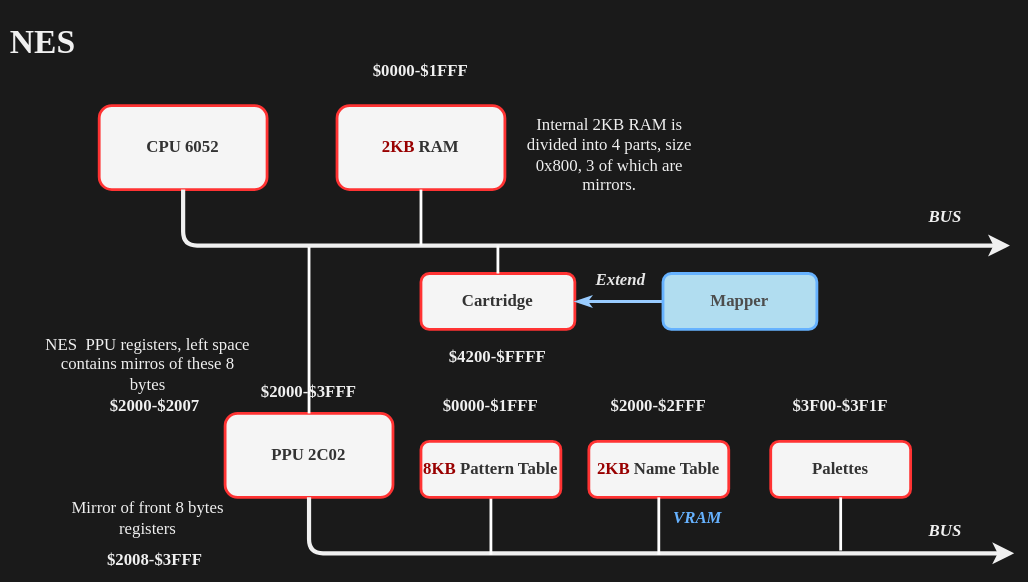
Before: assets/nes_structure.svg, a diagram exported from draw.io (HangX-Ma/tinynes). Source tidied: cells renumbered, new cells last; positions are measured from the earlier drawing's top-left corner, leaving out a move shared by most shapes.
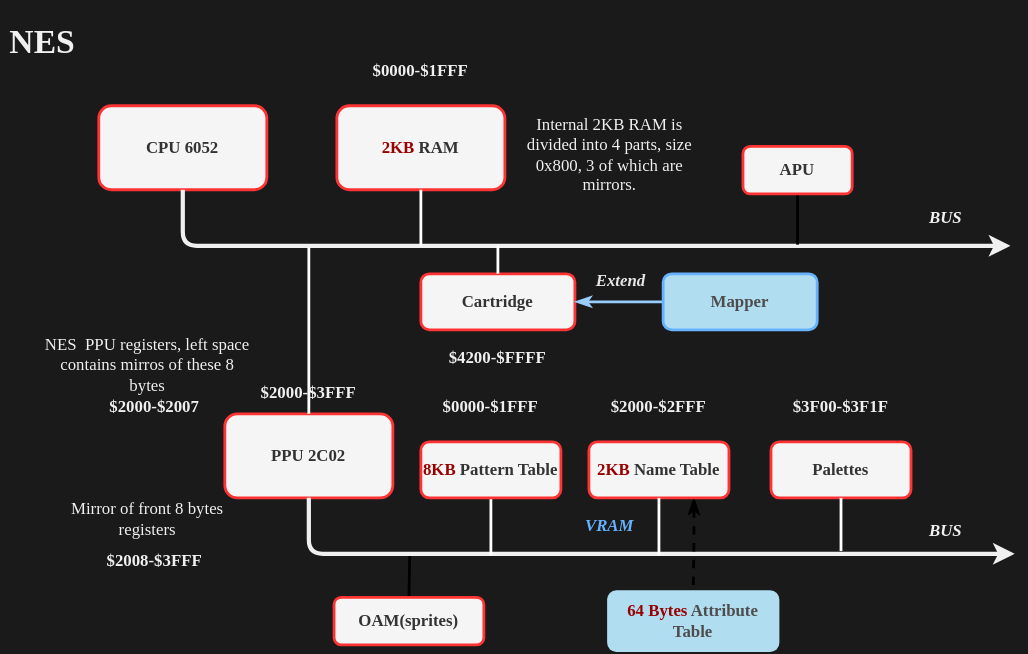
The same diagram one commit later.

Change to the diagram source:
```diff
@@ -69,6 +69,9 @@
     <mxCell id="18" value="&lt;font color=&quot;#990000&quot;&gt;8KB&lt;/font&gt; Pattern Table" style="whiteSpace=wrap;html=1;fontFamily=Verdana;fontStyle=1;labelBackgroundColor=none;rounded=1;glass=0;shadow=0;fillColor=#f5f5f5;strokeColor=#FF3333;fillStyle=solid;fontColor=#333333;labelBorderColor=none;strokeWidth=2;" parent="1" vertex="1">
       <mxGeometry x="300" y="300" width="100" height="40" as="geometry" />
     </mxCell>
+    <mxCell id="35" style="edgeStyle=orthogonalEdgeStyle;html=1;exitX=0.75;exitY=1;exitDx=0;exitDy=0;entryX=0.5;entryY=0;entryDx=0;entryDy=0;strokeWidth=2;fontColor=#990000;endArrow=none;endFill=0;startArrow=classicThin;startFill=1;dashed=1;" parent="1" edge="1" source="19" target="40">
+      <mxGeometry relative="1" as="geometry" />
+    </mxCell>
     <mxCell id="19" value="&lt;font color=&quot;#990000&quot;&gt;2KB&lt;/font&gt; Name Table" style="whiteSpace=wrap;html=1;fontFamily=Verdana;fontStyle=1;labelBackgroundColor=none;rounded=1;glass=0;shadow=0;fillColor=#f5f5f5;strokeColor=#FF3333;fillStyle=solid;fontColor=#333333;labelBorderColor=none;strokeWidth=2;" parent="1" vertex="1">
       <mxGeometry x="420" y="300" width="100" height="40" as="geometry" />
     </mxCell>
@@ -121,7 +124,26 @@
       <mxGeometry x="413" y="170" width="60" height="30" as="geometry" />
     </mxCell>
     <mxCell id="34" value="&lt;b&gt;&lt;i&gt;&lt;font style=&quot;&quot; face=&quot;Verdana&quot; color=&quot;#66b2ff&quot;&gt;VRAM&lt;/font&gt;&lt;/i&gt;&lt;/b&gt;" style="text;align=center;html=1;verticalAlign=middle;whiteSpace=wrap;rounded=0;labelBackgroundColor=none;" parent="1" vertex="1">
-      <mxGeometry x="468" y="340" width="60" height="30" as="geometry" />
+      <mxGeometry x="405" y="345" width="60" height="30" as="geometry" />
     </mxCell>
+    <mxCell id="36" style="edgeStyle=none;html=1;exitX=0.5;exitY=1;exitDx=0;exitDy=0;fontColor=#333333;endArrow=none;endFill=0;strokeWidth=2;" parent="1" edge="1" source="37">
+      <mxGeometry relative="1" as="geometry">
+        <mxPoint x="569" y="159.2" as="targetPoint" />
+      </mxGeometry>
+    </mxCell>
+    <mxCell id="37" value="APU" style="whiteSpace=wrap;html=1;fontFamily=Verdana;fontStyle=1;labelBackgroundColor=none;rounded=1;glass=0;shadow=0;fillColor=#f5f5f5;strokeColor=#FF3333;fillStyle=solid;fontColor=#333333;labelBorderColor=none;strokeWidth=2;" parent="1" vertex="1">
+      <mxGeometry x="530" y="89" width="78" height="34" as="geometry" />
+    </mxCell>
+    <mxCell id="38" style="edgeStyle=none;html=1;exitX=0.5;exitY=0;exitDx=0;exitDy=0;strokeWidth=2;fontColor=#333333;endArrow=none;endFill=0;" parent="1" edge="1" source="39">
+      <mxGeometry relative="1" as="geometry">
+        <mxPoint x="292" y="381.6" as="targetPoint" />
+      </mxGeometry>
+    </mxCell>
+    <mxCell id="39" value="OAM(sprites)" style="whiteSpace=wrap;html=1;fontFamily=Verdana;fontStyle=1;labelBackgroundColor=none;rounded=1;glass=0;shadow=0;fillColor=#f5f5f5;strokeColor=#FF3333;fillStyle=solid;fontColor=#333333;labelBorderColor=none;strokeWidth=2;" parent="1" vertex="1">
+      <mxGeometry x="238" y="411" width="107" height="34" as="geometry" />
+    </mxCell>
+    <mxCell id="40" value="&lt;font&gt;&lt;font color=&quot;#990000&quot;&gt;64 Bytes&lt;/font&gt; Attribute Table&lt;/font&gt;" style="whiteSpace=wrap;html=1;fontFamily=Verdana;fontStyle=1;labelBackgroundColor=none;rounded=1;glass=0;shadow=0;fillColor=#b1ddf0;strokeColor=none;fillStyle=solid;labelBorderColor=none;strokeWidth=2;fontColor=#4D4D4D;" parent="1" vertex="1">
+      <mxGeometry x="433" y="406" width="123" height="44" as="geometry" />
+    </mxCell>
   </root>
 </mxGraphModel>
```
